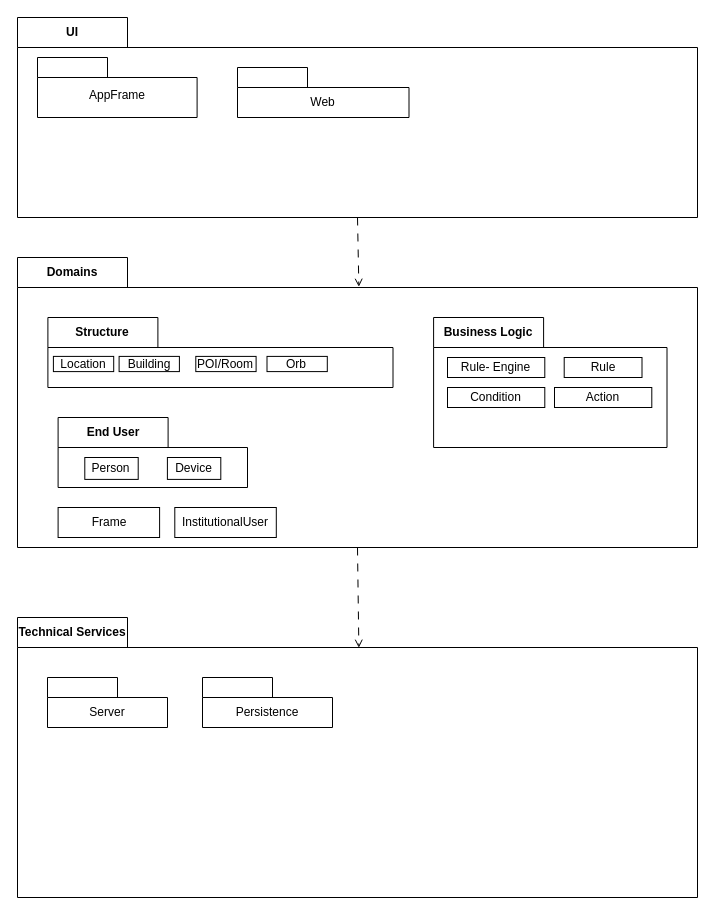
Earlier version of the draw.io diagram ProjectArchitecture.drawio (phyllomenous/PM3_DomainModel). Source tidied: cells renumbered, new cells numbered last; positions are measured from the earlier drawing's top-left corner, leaving out a move shared by most shapes. Both pictures are drawn from the tidied source at 100%, with x=0, y=0 at pixel (17, 17).
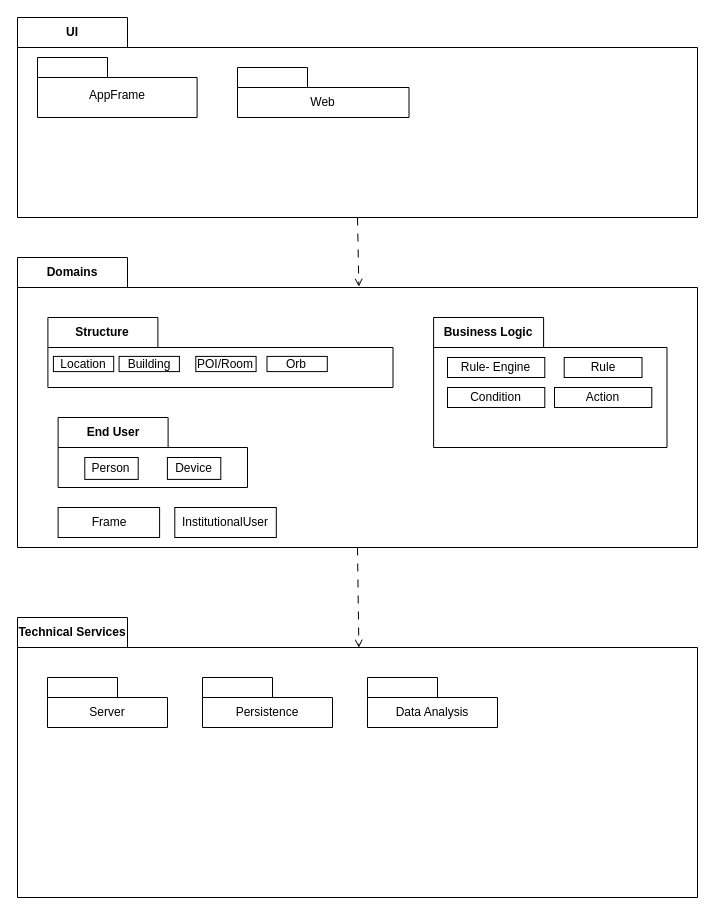
The same page after the edit.

Commit message:
add Data Analysis to Technical Services

Unchanged cells that the change refers to:
```xml
<mxCell id="30" value="Technical Services" style="shape=folder;fontStyle=1;tabWidth=110;tabHeight=30;tabPosition=left;html=1;boundedLbl=1;labelInHeader=1;whiteSpace=wrap;" parent="1" vertex="1">
  <mxGeometry y="600" width="680" height="280" as="geometry" />
</mxCell>
```

Diff of the diagram source:
```diff
@@
+    <mxCell id="36" style="shape=folder;fontStyle=1;tabWidth=70;tabHeight=20;tabPosition=left;html=1;boundedLbl=1;labelInHeader=1;whiteSpace=wrap;" parent="30" vertex="1">
+      <mxGeometry x="350" y="60" width="130" height="50" as="geometry" />
+    </mxCell>
+    <mxCell id="37" value="Data Analysis" style="html=1;strokeColor=none;fillColor=none;whiteSpace=wrap;" parent="36" vertex="1">
+      <mxGeometry width="130" height="30" relative="1" as="geometry">
+        <mxPoint y="20" as="offset" />
+      </mxGeometry>
+    </mxCell>
```
